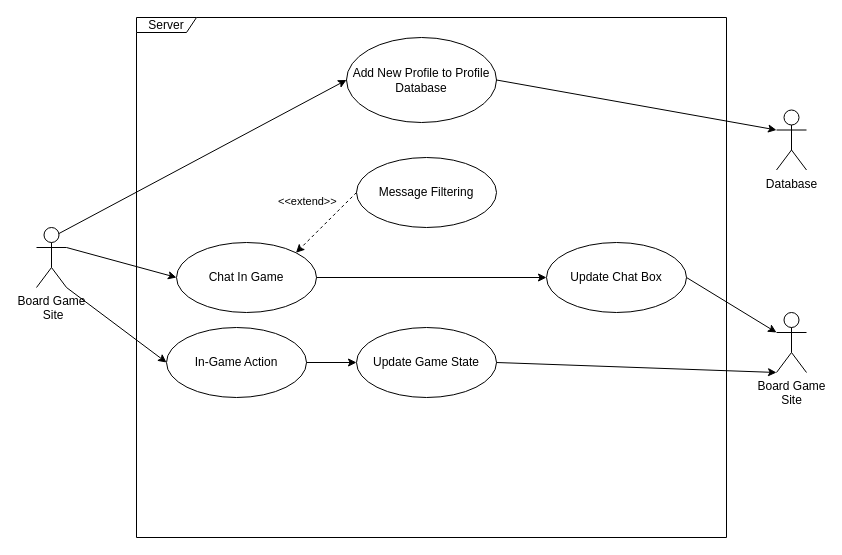
illiteratewaffle/RetroArcade keeps this draw.io diagram as page "Page-2" (2 of 2) of use_case_diagram.drawio. Above is the earlier version. Source tidied: cells renumbered, new cells numbered last; positions are measured from the earlier drawing's top-left corner, leaving out a move shared by most shapes. Both pictures are drawn from the tidied source at 100%, with x=0, y=0 at pixel (36, 17).
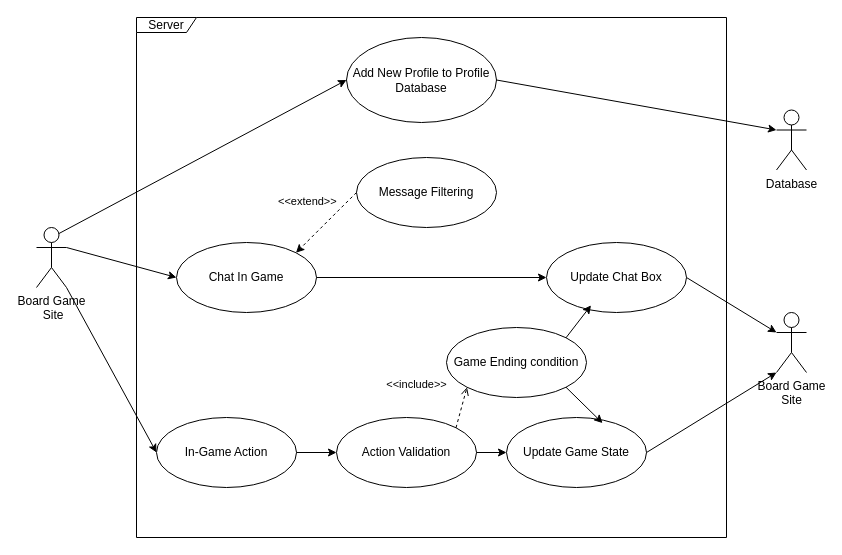
After the change.

Commit message:
Updated Use Case Diagram to include: Server Validates Action, and Multiplayer Game Ends

Unchanged cells that the change refers to:
```xml
<mxCell id="11" value="Update Chat Box" style="ellipse;whiteSpace=wrap;html=1;" parent="1" vertex="1">
  <mxGeometry x="510" y="225" width="140" height="70" as="geometry" />
</mxCell>
```

What changed in the source:
```diff
@@
     <mxCell id="8" value="In-Game Action" style="ellipse;whiteSpace=wrap;html=1;" parent="1" vertex="1">
-      <mxGeometry x="130" y="310" width="140" height="70" as="geometry" />
+      <mxGeometry x="120" y="400" width="140" height="70" as="geometry" />
     </mxCell>
     <mxCell id="9" value="Update Game State" style="ellipse;whiteSpace=wrap;html=1;" parent="1" vertex="1">
-      <mxGeometry x="320" y="310" width="140" height="70" as="geometry" />
+      <mxGeometry x="470" y="400" width="140" height="70" as="geometry" />
     </mxCell>
@@
-    <mxCell id="19" style="endArrow=classic;html=1;rounded=0;exitX=1;exitY=0.5;exitDx=0;exitDy=0;entryX=0;entryY=0.5;entryDx=0;entryDy=0;" parent="1" edge="1" source="8" target="9">
-      <mxGeometry relative="1" as="geometry" />
-    </mxCell>
@@
+    <mxCell id="22" value="Action Validation" style="ellipse;whiteSpace=wrap;html=1;" parent="1" vertex="1">
+      <mxGeometry x="300" y="400" width="140" height="70" as="geometry" />
+    </mxCell>
+    <mxCell id="23" value="Game Ending condition" style="ellipse;whiteSpace=wrap;html=1;" parent="1" vertex="1">
+      <mxGeometry x="410" y="310" width="140" height="70" as="geometry" />
+    </mxCell>
+    <mxCell id="24" style="endArrow=classic;html=1;rounded=0;exitX=1;exitY=0.5;exitDx=0;exitDy=0;" parent="1" edge="1" source="8" target="22">
+      <mxGeometry relative="1" as="geometry" />
+    </mxCell>
+    <mxCell id="25" style="endArrow=classic;html=1;rounded=0;entryX=0;entryY=0.5;entryDx=0;entryDy=0;exitX=1;exitY=0.5;exitDx=0;exitDy=0;" parent="1" edge="1" source="22" target="9">
+      <mxGeometry relative="1" as="geometry" />
+    </mxCell>
+    <mxCell id="26" style="rounded=0;jettySize=auto;html=1;entryX=0;entryY=1;entryDx=0;entryDy=0;endArrow=open;endFill=0;dashed=1;exitX=1;exitY=0;exitDx=0;exitDy=0;" parent="1" edge="1" source="22" target="23">
+      <mxGeometry relative="1" as="geometry" />
+    </mxCell>
+    <mxCell id="27" value="&amp;lt;&amp;lt;include&amp;gt;&amp;gt;" style="edgeLabel;html=1;align=center;verticalAlign=middle;" parent="1" vertex="1">
+      <mxGeometry x="420" y="400" as="geometry">
+        <mxPoint x="-41" y="-34" as="offset" />
+      </mxGeometry>
+    </mxCell>
+    <mxCell id="28" style="endArrow=classic;html=1;rounded=0;exitX=1;exitY=0;exitDx=0;exitDy=0;entryX=0.318;entryY=0.898;entryDx=0;entryDy=0;entryPerimeter=0;" parent="1" edge="1" source="23" target="11">
+      <mxGeometry relative="1" as="geometry" />
+    </mxCell>
+    <mxCell id="29" style="endArrow=classic;html=1;rounded=0;exitX=1;exitY=1;exitDx=0;exitDy=0;entryX=0.686;entryY=0.08;entryDx=0;entryDy=0;entryPerimeter=0;" parent="1" edge="1" source="23" target="9">
+      <mxGeometry relative="1" as="geometry" />
+    </mxCell>
```
